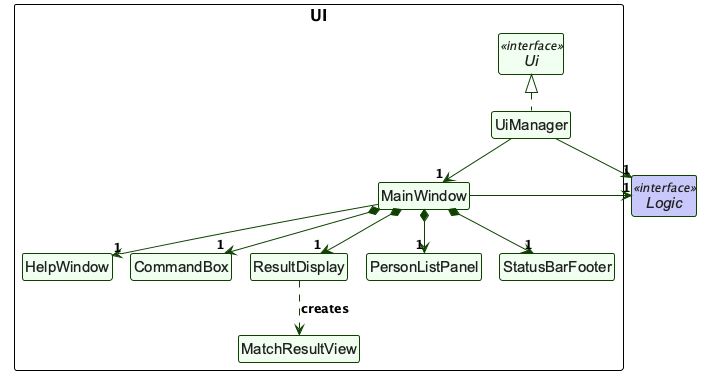
AY2627S1-CS2103T-W09-1/tp keeps this PlantUML diagram as docs/images/UiClassDiagram.png. Above is the earlier version.
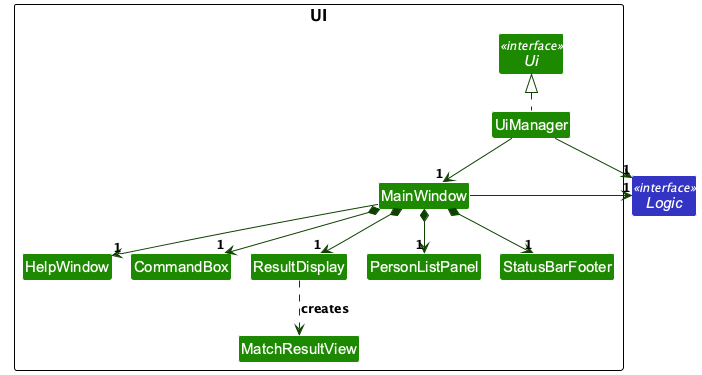
Above is the later version.

Change to the diagram source:
```diff
@@ -2,11 +2,7 @@
 !pragma layout smetana
 !include style.puml
 skinparam arrowColor UI_COLOR_T4
-skinparam classBackgroundColor #F0FFF0
-skinparam classBorderColor UI_COLOR_T4
-skinparam classFontColor #202020
-skinparam classAttributeFontColor #202020
-skinparam classStereotypeFontColor #202020
+skinparam classBackgroundColor UI_COLOR
 skinparam nodesep 45
 skinparam ranksep 55
 
@@ -22,7 +18,7 @@
 class MatchResultView
 }
 
-interface "Logic" as LogicApi <<interface>> LOGIC_COLOR_T1
+interface "Logic" as LogicApi <<interface>> LOGIC_COLOR
 
 UiManager .up.|> Ui
 UiManager -down-> "1" MainWindow
```
